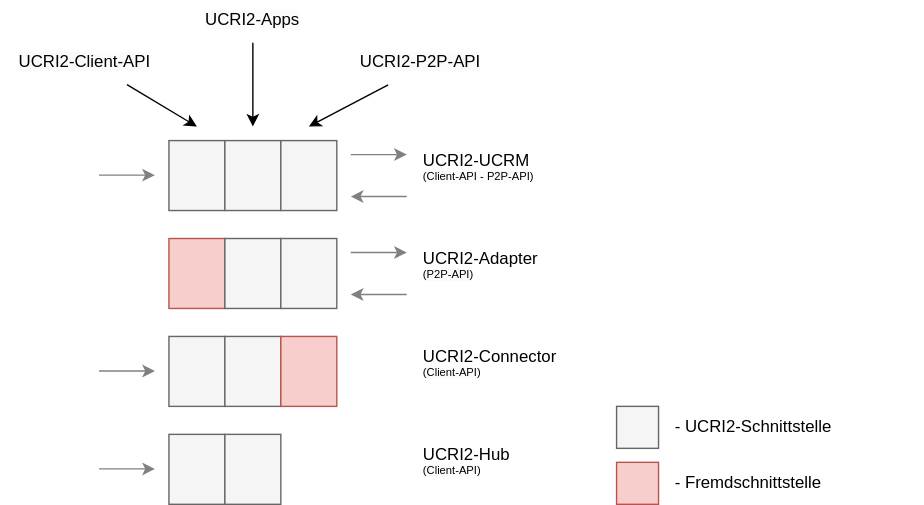
PMeV-EFUL/ucri2 keeps this draw.io diagram as staging/spec/ucrm-patterns.drawio.svg. Above is the earlier version. Source tidied: cells renumbered, new cells last; positions are measured from the earlier drawing's top-left corner, leaving out a move shared by most shapes.
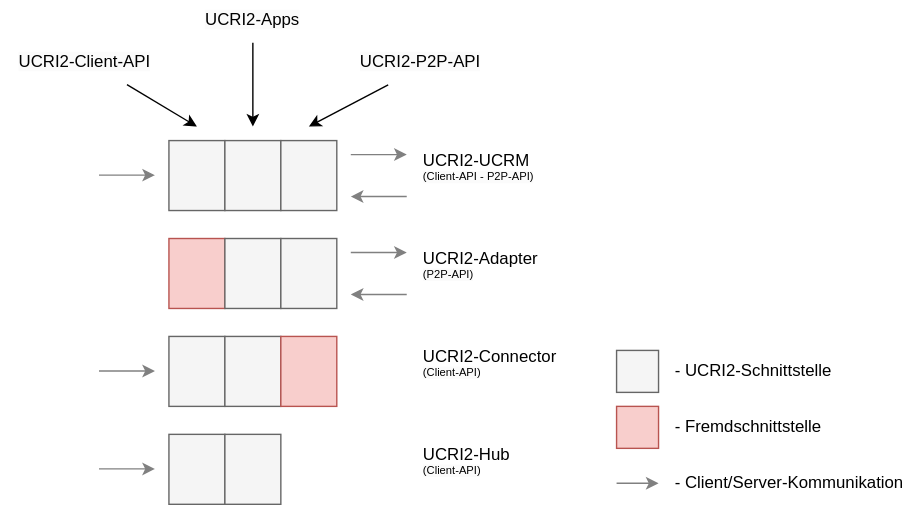
Above is the later version.

Diff of the diagram source:
```diff
@@ -138,16 +138,25 @@
       <mxGeometry y="15" width="90" height="20" as="geometry" />
     </mxCell>
     <mxCell id="38" style="rounded=0;whiteSpace=wrap;html=1;fillColor=#f5f5f5;strokeColor=#666666;fontColor=#333333;" parent="1" vertex="1">
-      <mxGeometry x="440" y="290" width="30" height="30" as="geometry" />
+      <mxGeometry x="440" y="250" width="30" height="30" as="geometry" />
     </mxCell>
     <mxCell id="39" value="- UCRI2-Schnittstelle" style="text;html=1;whiteSpace=wrap;strokeColor=none;fillColor=none;align=left;verticalAlign=middle;rounded=0;" parent="1" vertex="1">
-      <mxGeometry x="480" y="290" width="180" height="30" as="geometry" />
+      <mxGeometry x="480" y="250" width="180" height="30" as="geometry" />
     </mxCell>
     <mxCell id="40" style="rounded=0;whiteSpace=wrap;html=1;fillColor=#f8cecc;strokeColor=#b85450;" parent="1" vertex="1">
-      <mxGeometry x="440" y="330" width="30" height="30" as="geometry" />
+      <mxGeometry x="440" y="290" width="30" height="30" as="geometry" />
     </mxCell>
     <mxCell id="41" value="- Fremdschnittstelle" style="text;html=1;whiteSpace=wrap;strokeColor=none;fillColor=none;align=left;verticalAlign=middle;rounded=0;" parent="1" vertex="1">
-      <mxGeometry x="480" y="330" width="180" height="30" as="geometry" />
+      <mxGeometry x="480" y="290" width="180" height="30" as="geometry" />
     </mxCell>
+    <mxCell id="42" style="endArrow=classic;html=1;rounded=0;strokeColor=#808080;" parent="1" edge="1">
+      <mxGeometry relative="1" as="geometry">
+        <mxPoint x="440" y="345" as="sourcePoint" />
+        <mxPoint x="470" y="345" as="targetPoint" />
+      </mxGeometry>
+    </mxCell>
+    <mxCell id="43" value="- Client/Server-Kommunikation" style="text;html=1;whiteSpace=wrap;strokeColor=none;fillColor=none;align=left;verticalAlign=middle;rounded=0;" parent="1" vertex="1">
+      <mxGeometry x="480" y="330" width="180" height="30" as="geometry" />
+    </mxCell>
   </root>
 </mxGraphModel>
```
